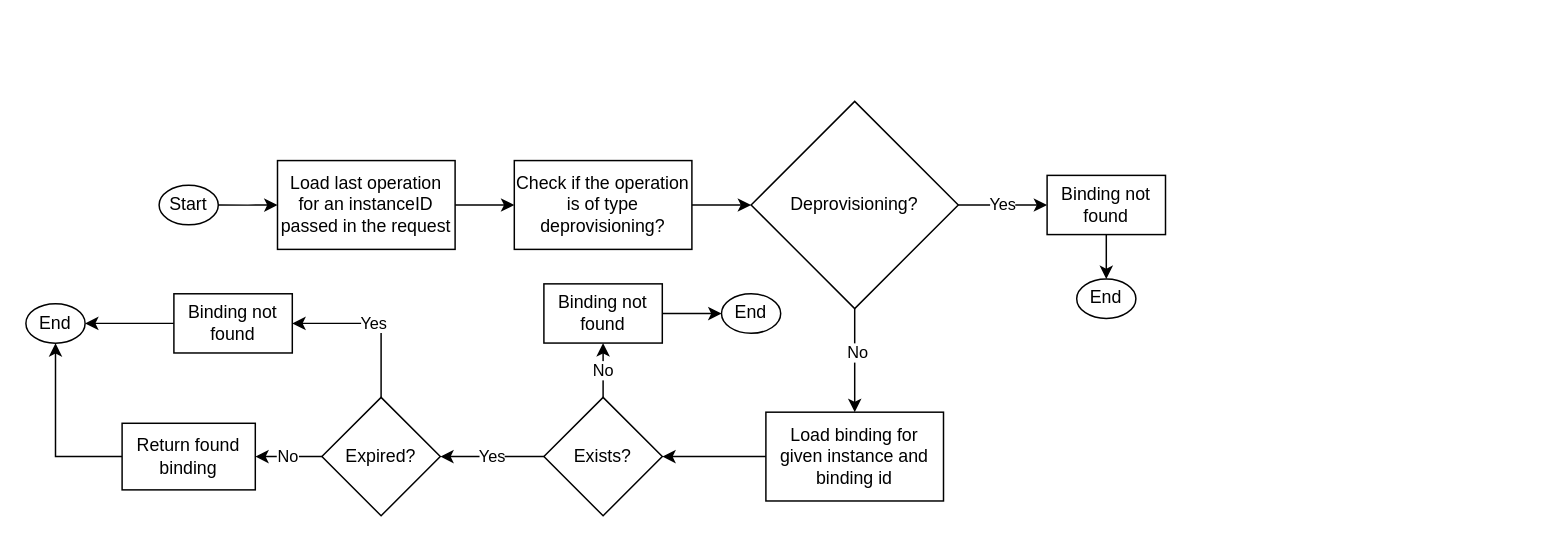
The draw.io diagram docs/assets/bindings-get-flow.drawio in kyma-project/kyma-environment-broker, before the edit. Source tidied: cells renumbered, new cells numbered last; positions are measured from the earlier drawing's top-left corner, leaving out a move shared by most shapes. Both pictures are drawn from the tidied source at 148%, with x=0, y=0 at pixel (25, 101).
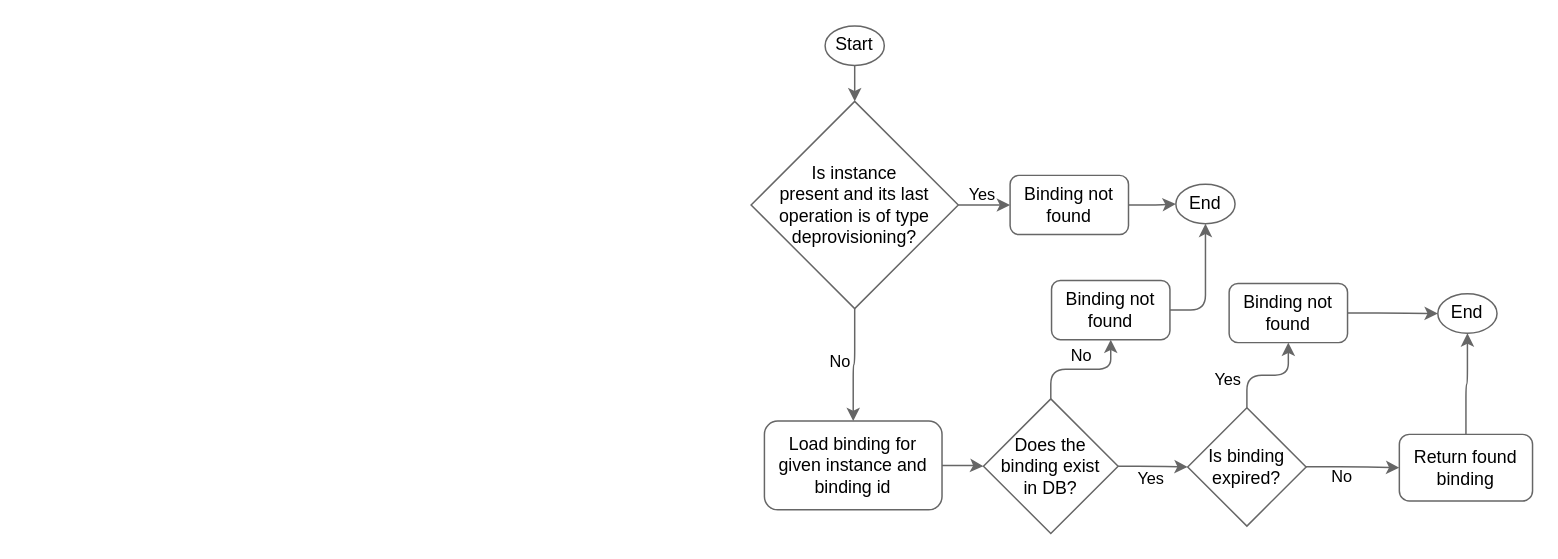
The same diagram, later.

Commit message (it also covers changes not shown here):
Review Corrections

What changed in the source:
```diff
@@
-<mxGraphModel>
+<mxGraphModel background="#ffffff">
@@
-    <mxCell id="2" style="edgeStyle=orthogonalEdgeStyle;rounded=0;jettySize=auto;html=1;exitX=1;exitY=0.5;exitDx=0;exitDy=0;" parent="1" edge="1" source="3" target="5">
-      <mxGeometry relative="1" as="geometry" />
-    </mxCell>
+    <mxCell id="31" style="edgeStyle=orthogonalEdgeStyle;rounded=1;jettySize=auto;html=1;curved=0;strokeColor=#666666;" parent="1" edge="1" source="3" target="9">
+      <mxGeometry relative="1" as="geometry" />
+    </mxCell>
-    <mxCell id="3" value="Start" style="ellipse;whiteSpace=wrap;html=1;" parent="1" vertex="1">
-      <mxGeometry x="90" y="56.7" width="40" height="26.7" as="geometry" />
+    <mxCell id="3" value="Start" style="ellipse;whiteSpace=wrap;html=1;strokeColor=#666666;fillColor=#ffffff;fontColor=#000000;" parent="1" vertex="1">
+      <mxGeometry x="540" y="-51" width="40" height="26.7" as="geometry" />
     </mxCell>
-    <mxCell id="4" style="edgeStyle=orthogonalEdgeStyle;rounded=0;jettySize=auto;html=1;exitX=1;exitY=0.5;exitDx=0;exitDy=0;entryX=0;entryY=0.5;entryDx=0;entryDy=0;" parent="1" edge="1" source="5" target="11">
-      <mxGeometry relative="1" as="geometry" />
+    <mxCell id="4" style="edgeStyle=orthogonalEdgeStyle;rounded=1;orthogonalLoop=1;jettySize=auto;html=1;exitX=1;exitY=0.5;exitDx=0;exitDy=0;entryX=0;entryY=0.5;entryDx=0;entryDy=0;strokeColor=#666666;curved=0;fontColor=#000000;labelBackgroundColor=none;" parent="1" edge="1">
+      <mxGeometry relative="1" as="geometry">
+        <mxPoint x="330" y="70" as="targetPoint" />
+      </mxGeometry>
     </mxCell>
-    <mxCell id="5" value="Load last operation for an instanceID passed in the request" style="whiteSpace=wrap;html=1;" parent="1" vertex="1">
-      <mxGeometry x="170" y="40" width="120" height="60" as="geometry" />
-    </mxCell>
+    <mxCell id="7" value="No" style="edgeStyle=orthogonalEdgeStyle;rounded=1;jettySize=auto;html=1;exitX=0.5;exitY=1;exitDx=0;exitDy=0;entryX=0.5;entryY=0;entryDx=0;entryDy=0;strokeColor=#666666;curved=0;fontColor=#000000;labelBackgroundColor=none;" parent="1" edge="1" source="9" target="13">
+      <mxGeometry x="-0.06" y="-10" relative="1" as="geometry" />
+    </mxCell>
-    <mxCell id="6" value="Yes" style="edgeStyle=orthogonalEdgeStyle;rounded=0;jettySize=auto;html=1;exitX=1;exitY=0.5;exitDx=0;exitDy=0;" parent="1" edge="1" source="9" target="23">
-      <mxGeometry relative="1" as="geometry" />
+    <mxCell id="6" value="Yes" style="edgeStyle=orthogonalEdgeStyle;rounded=1;jettySize=auto;html=1;curved=0;strokeColor=#666666;labelBackgroundColor=none;fontColor=#000000;" parent="1" edge="1" source="9" target="23">
+      <mxGeometry x="-0.3" y="7" relative="1" as="geometry" />
     </mxCell>
-    <mxCell id="7" style="edgeStyle=orthogonalEdgeStyle;rounded=0;jettySize=auto;html=1;exitX=0.5;exitY=1;exitDx=0;exitDy=0;entryX=0.5;entryY=0;entryDx=0;entryDy=0;" parent="1" edge="1" source="9" target="13">
-      <mxGeometry relative="1" as="geometry" />
-    </mxCell>
-    <mxCell id="8" value="No" style="edgeLabel;html=1;align=center;verticalAlign=middle;" parent="7" vertex="1">
-      <mxGeometry x="-0.17" y="1" relative="1" as="geometry" />
-    </mxCell>
-    <mxCell id="9" value="Deprovisioning?" style="rhombus;whiteSpace=wrap;html=1;" parent="1" vertex="1">
+    <mxCell id="9" value="Is instance &lt;br&gt;present and its last operation is of type deprovisioning?" style="rhombus;whiteSpace=wrap;html=1;strokeColor=#666666;fillColor=#ffffff;fontColor=#000000;" parent="1" vertex="1">
       <mxGeometry x="490" width="140" height="140" as="geometry" />
     </mxCell>
-    <mxCell id="10" style="edgeStyle=orthogonalEdgeStyle;rounded=0;jettySize=auto;html=1;exitX=1;exitY=0.5;exitDx=0;exitDy=0;entryX=0;entryY=0.5;entryDx=0;entryDy=0;" parent="1" edge="1" source="11" target="9">
-      <mxGeometry relative="1" as="geometry" />
-    </mxCell>
-    <mxCell id="11" value="Check if the operation is of type deprovisioning?" style="whiteSpace=wrap;html=1;" parent="1" vertex="1">
-      <mxGeometry x="330" y="40" width="120" height="60" as="geometry" />
-    </mxCell>
-    <mxCell id="12" style="edgeStyle=orthogonalEdgeStyle;rounded=0;jettySize=auto;html=1;exitX=0;exitY=0.5;exitDx=0;exitDy=0;entryX=1;entryY=0.5;entryDx=0;entryDy=0;" parent="1" edge="1" source="13" target="16">
+    <mxCell id="12" style="edgeStyle=orthogonalEdgeStyle;rounded=1;jettySize=auto;html=1;strokeColor=#666666;curved=0;fontColor=#000000;labelBackgroundColor=none;entryX=0;entryY=0.5;entryDx=0;entryDy=0;" parent="1" edge="1" source="13" target="16">
       <mxGeometry relative="1" as="geometry" />
     </mxCell>
-    <mxCell id="13" value="Load binding for given instance and binding id" style="whiteSpace=wrap;html=1;" parent="1" vertex="1">
-      <mxGeometry x="500" y="210" width="120" height="60" as="geometry" />
+    <mxCell id="13" value="Load binding for given instance and binding id" style="whiteSpace=wrap;html=1;strokeColor=#666666;fillColor=#ffffff;fontColor=#000000;rounded=1;" parent="1" vertex="1">
+      <mxGeometry x="499" y="216" width="120" height="60" as="geometry" />
     </mxCell>
-    <mxCell id="14" value="No" style="edgeStyle=orthogonalEdgeStyle;rounded=0;jettySize=auto;html=1;exitX=0.5;exitY=0;exitDx=0;exitDy=0;entryX=0.5;entryY=1;entryDx=0;entryDy=0;" parent="1" edge="1" source="16" target="29">
-      <mxGeometry relative="1" as="geometry" />
+    <mxCell id="14" value="No" style="edgeStyle=orthogonalEdgeStyle;rounded=1;jettySize=auto;html=1;exitX=0.5;exitY=0;exitDx=0;exitDy=0;entryX=0.5;entryY=1;entryDx=0;entryDy=0;strokeColor=#666666;curved=0;fontColor=#000000;labelBackgroundColor=none;" parent="1" edge="1" source="16" target="29">
+      <mxGeometry x="-0.01" y="9" relative="1" as="geometry" />
     </mxCell>
-    <mxCell id="15" value="Yes" style="edgeStyle=orthogonalEdgeStyle;rounded=0;jettySize=auto;html=1;exitX=0;exitY=0.5;exitDx=0;exitDy=0;" parent="1" edge="1" source="16" target="19">
-      <mxGeometry relative="1" as="geometry" />
+    <mxCell id="15" value="Yes" style="edgeStyle=orthogonalEdgeStyle;rounded=1;jettySize=auto;html=1;exitX=1;exitY=0.5;exitDx=0;exitDy=0;strokeColor=#666666;curved=0;fontColor=#000000;labelBackgroundColor=none;" parent="1" edge="1" source="16" target="19">
+      <mxGeometry x="-0.06" y="-8" relative="1" as="geometry" />
     </mxCell>
-    <mxCell id="16" value="Exists?" style="rhombus;whiteSpace=wrap;html=1;" parent="1" vertex="1">
-      <mxGeometry x="350" y="200" width="80" height="80" as="geometry" />
+    <mxCell id="16" value="Does the &lt;br&gt;binding exist &lt;br&gt;in DB?" style="rhombus;whiteSpace=wrap;html=1;strokeColor=#666666;fillColor=#ffffff;fontColor=#000000;" parent="1" vertex="1">
+      <mxGeometry x="647" y="201" width="91" height="91" as="geometry" />
     </mxCell>
-    <mxCell id="17" value="Yes" style="edgeStyle=orthogonalEdgeStyle;rounded=0;jettySize=auto;html=1;exitX=0.5;exitY=0;exitDx=0;exitDy=0;entryX=1;entryY=0.5;entryDx=0;entryDy=0;" parent="1" edge="1" source="19" target="26">
-      <mxGeometry relative="1" as="geometry" />
+    <mxCell id="17" value="Yes" style="edgeStyle=orthogonalEdgeStyle;rounded=1;jettySize=auto;html=1;exitX=0.5;exitY=0;exitDx=0;exitDy=0;strokeColor=#666666;curved=0;fontColor=#000000;labelBackgroundColor=none;" parent="1" edge="1" source="19" target="26">
+      <mxGeometry x="-0.43" y="8" relative="1" as="geometry">
+        <mxPoint x="-5" y="2" as="offset" />
+      </mxGeometry>
     </mxCell>
-    <mxCell id="18" value="No" style="edgeStyle=orthogonalEdgeStyle;rounded=0;jettySize=auto;html=1;exitX=0;exitY=0.5;exitDx=0;exitDy=0;" parent="1" edge="1" source="19" target="21">
-      <mxGeometry relative="1" as="geometry" />
+    <mxCell id="18" value="No" style="edgeStyle=orthogonalEdgeStyle;rounded=1;jettySize=auto;html=1;exitX=0.955;exitY=0.498;exitDx=0;exitDy=0;strokeColor=#666666;curved=0;fontColor=#000000;labelBackgroundColor=none;exitPerimeter=0;" parent="1" edge="1" source="19" target="21">
+      <mxGeometry x="-0.16" y="-7" relative="1" as="geometry" />
     </mxCell>
-    <mxCell id="19" value="Expired?" style="rhombus;whiteSpace=wrap;html=1;" parent="1" vertex="1">
-      <mxGeometry x="200" y="200" width="80" height="80" as="geometry" />
+    <mxCell id="19" value="Is binding expired?" style="rhombus;whiteSpace=wrap;html=1;strokeColor=#666666;fillColor=#ffffff;fontColor=#000000;" parent="1" vertex="1">
+      <mxGeometry x="785" y="207" width="80" height="80" as="geometry" />
     </mxCell>
-    <mxCell id="20" style="edgeStyle=orthogonalEdgeStyle;rounded=0;jettySize=auto;html=1;" parent="1" edge="1" source="21" target="27">
+    <mxCell id="20" style="edgeStyle=orthogonalEdgeStyle;rounded=1;jettySize=auto;html=1;strokeColor=#666666;curved=0;fontColor=#000000;labelBackgroundColor=none;" parent="1" edge="1" source="21" target="27">
       <mxGeometry relative="1" as="geometry" />
     </mxCell>
-    <mxCell id="21" value="Return found binding" style="whiteSpace=wrap;html=1;" parent="1" vertex="1">
-      <mxGeometry x="65" y="217.5" width="90" height="45" as="geometry" />
+    <mxCell id="21" value="Return found binding" style="whiteSpace=wrap;html=1;strokeColor=#666666;fillColor=#ffffff;fontColor=#000000;rounded=1;" parent="1" vertex="1">
+      <mxGeometry x="928" y="225" width="90" height="45" as="geometry" />
     </mxCell>
-    <mxCell id="22" style="edgeStyle=orthogonalEdgeStyle;rounded=0;jettySize=auto;html=1;" parent="1" edge="1" source="23" target="24">
-      <mxGeometry relative="1" as="geometry" />
-    </mxCell>
+    <mxCell id="32" style="edgeStyle=orthogonalEdgeStyle;rounded=1;jettySize=auto;html=1;fontColor=#666666;labelBackgroundColor=none;strokeColor=#666666;curved=0;" parent="1" edge="1" source="23" target="30">
+      <mxGeometry relative="1" as="geometry" />
+    </mxCell>
-    <mxCell id="23" value="Binding not found" style="whiteSpace=wrap;html=1;" parent="1" vertex="1">
-      <mxGeometry x="690" y="50" width="80" height="40" as="geometry" />
+    <mxCell id="23" value="Binding not found" style="whiteSpace=wrap;html=1;strokeColor=#666666;fillColor=#ffffff;fontColor=#000000;rounded=1;" parent="1" vertex="1">
+      <mxGeometry x="665" y="50" width="80" height="40" as="geometry" />
     </mxCell>
-    <mxCell id="24" value="End" style="ellipse;whiteSpace=wrap;html=1;" parent="1" vertex="1">
-      <mxGeometry x="710" y="120" width="40" height="26.7" as="geometry" />
-    </mxCell>
-    <mxCell id="25" style="edgeStyle=orthogonalEdgeStyle;rounded=0;jettySize=auto;html=1;" parent="1" edge="1" source="26" target="27">
+    <mxCell id="25" style="edgeStyle=orthogonalEdgeStyle;rounded=1;jettySize=auto;html=1;strokeColor=#666666;curved=0;fontColor=#000000;labelBackgroundColor=none;" parent="1" edge="1" source="26" target="27">
       <mxGeometry relative="1" as="geometry" />
     </mxCell>
-    <mxCell id="26" value="Binding not found" style="whiteSpace=wrap;html=1;" parent="1" vertex="1">
-      <mxGeometry x="100" y="130" width="80" height="40" as="geometry" />
+    <mxCell id="26" value="Binding not found" style="whiteSpace=wrap;html=1;strokeColor=#666666;fillColor=#ffffff;fontColor=#000000;rounded=1;" parent="1" vertex="1">
+      <mxGeometry x="813" y="123" width="80" height="40" as="geometry" />
     </mxCell>
-    <mxCell id="27" value="End" style="ellipse;whiteSpace=wrap;html=1;" parent="1" vertex="1">
-      <mxGeometry y="136.7" width="40" height="26.7" as="geometry" />
+    <mxCell id="27" value="End" style="ellipse;whiteSpace=wrap;html=1;strokeColor=#666666;fillColor=#ffffff;fontColor=#000000;" parent="1" vertex="1">
+      <mxGeometry x="954" y="130" width="40" height="26.7" as="geometry" />
     </mxCell>
-    <mxCell id="28" style="edgeStyle=orthogonalEdgeStyle;rounded=0;jettySize=auto;html=1;" parent="1" edge="1" source="29" target="30">
+    <mxCell id="28" style="edgeStyle=orthogonalEdgeStyle;rounded=1;jettySize=auto;html=1;strokeColor=#666666;curved=0;fontColor=#000000;labelBackgroundColor=none;" parent="1" edge="1" source="29" target="30">
       <mxGeometry relative="1" as="geometry" />
     </mxCell>
-    <mxCell id="29" value="Binding not found" style="whiteSpace=wrap;html=1;" parent="1" vertex="1">
-      <mxGeometry x="350" y="123.3" width="80" height="40" as="geometry" />
+    <mxCell id="29" value="Binding not found" style="whiteSpace=wrap;html=1;strokeColor=#666666;fillColor=#ffffff;fontColor=#000000;rounded=1;" parent="1" vertex="1">
+      <mxGeometry x="693" y="121" width="80" height="40" as="geometry" />
     </mxCell>
-    <mxCell id="30" value="End" style="ellipse;whiteSpace=wrap;html=1;" parent="1" vertex="1">
-      <mxGeometry x="470" y="130" width="40" height="26.7" as="geometry" />
+    <mxCell id="30" value="End" style="ellipse;whiteSpace=wrap;html=1;strokeColor=#666666;fillColor=#ffffff;fontColor=#000000;" parent="1" vertex="1">
+      <mxGeometry x="777" y="56" width="40" height="26.7" as="geometry" />
     </mxCell>
```
